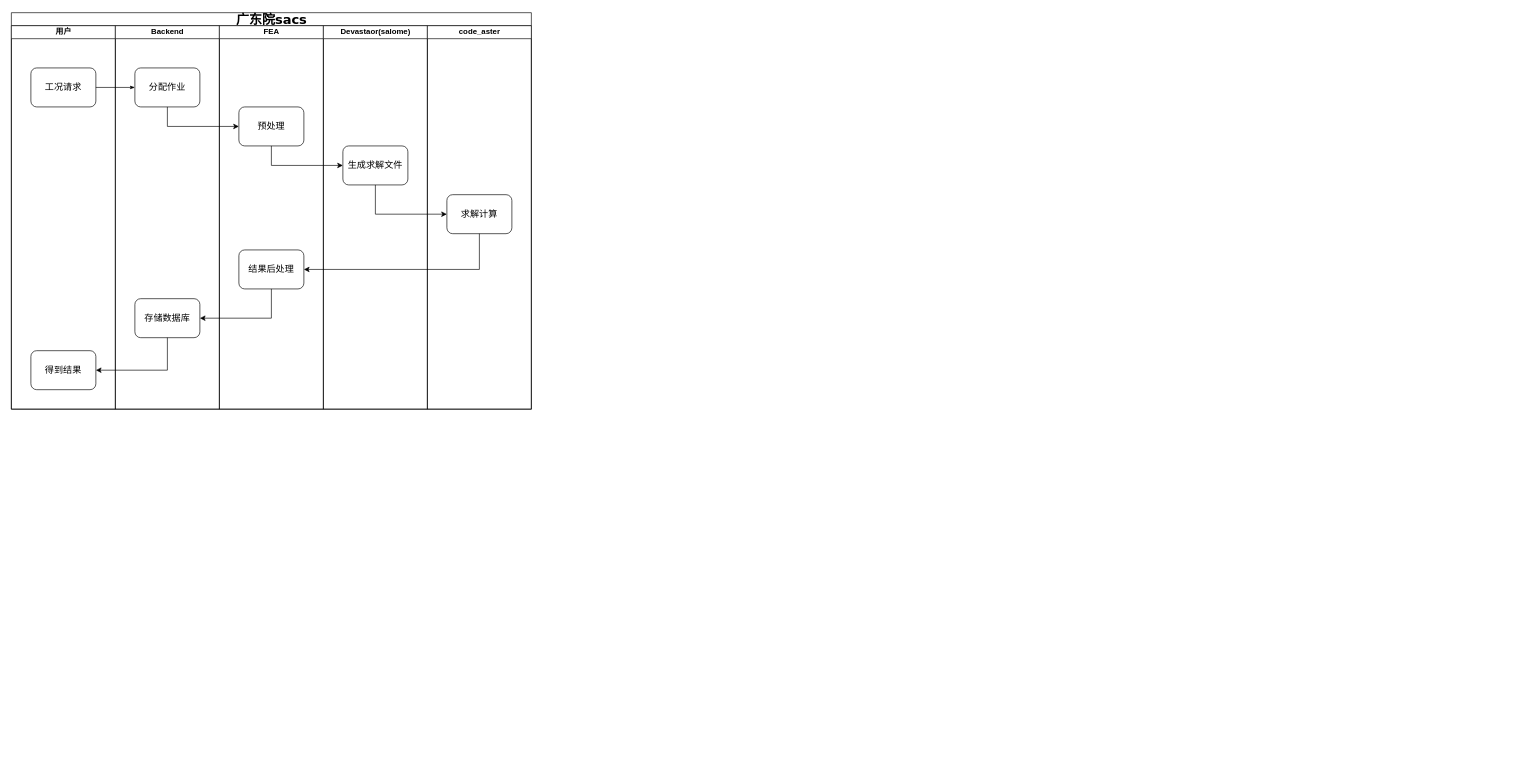
Earlier version of the draw.io diagram gdy_流程.drawio (Harekaze-Misakiakeno/uml). Source tidied: cells renumbered, new cells numbered last; positions are measured from the earlier drawing's top-left corner, leaving out a move shared by most shapes. Both pictures are drawn from the tidied source at 65%, with x=0, y=0 at pixel (11, 12).
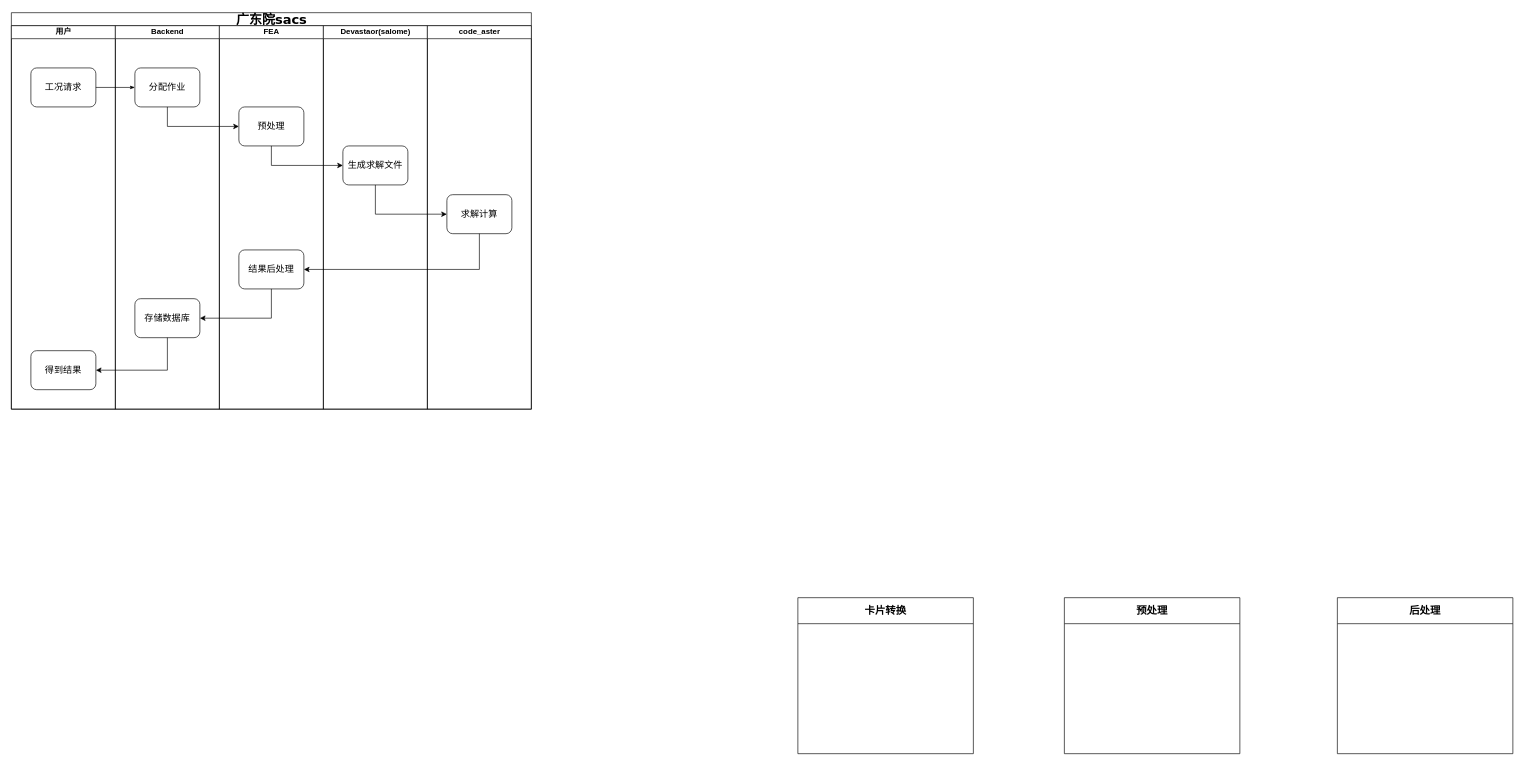
The same diagram, later.

Diff of the diagram source:
```diff
@@
+    <mxCell id="23" value="卡片转换" style="swimlane;whiteSpace=wrap;html=1;startSize=40;fontSize=16;" parent="1" vertex="1">
+      <mxGeometry x="1210" y="900" width="270" height="240" as="geometry" />
+    </mxCell>
+    <mxCell id="24" value="预处理" style="swimlane;whiteSpace=wrap;html=1;startSize=40;fontSize=16;" parent="1" vertex="1">
+      <mxGeometry x="1620" y="900" width="270" height="240" as="geometry" />
+    </mxCell>
+    <mxCell id="25" value="后处理" style="swimlane;whiteSpace=wrap;html=1;startSize=40;fontSize=16;" parent="1" vertex="1">
+      <mxGeometry x="2040" y="900" width="270" height="240" as="geometry" />
+    </mxCell>
```
